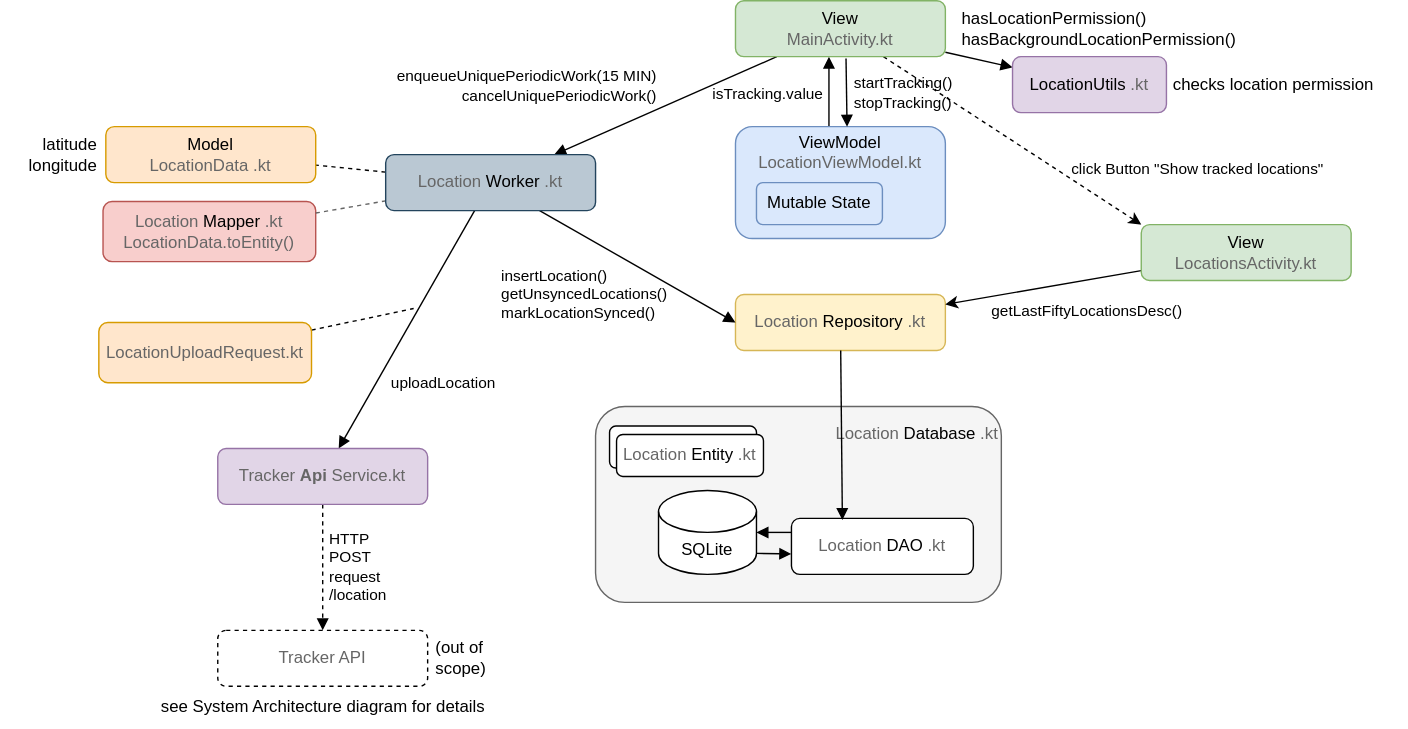
lchristmann/Tracker keeps this draw.io diagram as app-architecture.drawio.svg. Above is the earlier version. Source tidied: cells renumbered, new cells last; positions are measured from the earlier drawing's top-left corner, leaving out a move shared by most shapes.
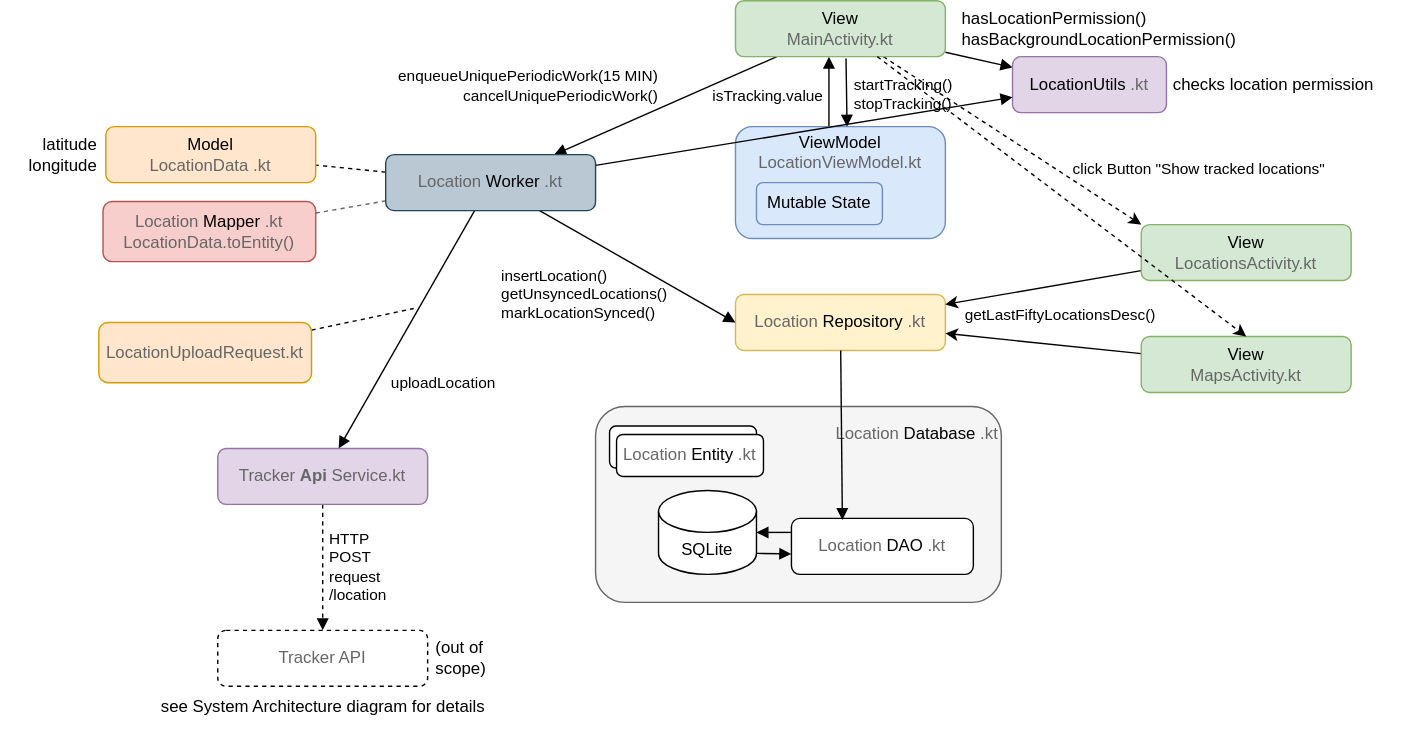
After the commit.

What changed in the source:
```diff
@@ -124,6 +124,9 @@
         <mxPoint x="37" y="15" as="offset" />
       </mxGeometry>
     </mxCell>
+    <mxCell id="48" style="edgeStyle=none;html=1;endArrow=block;endFill=1;" parent="1" edge="1" source="36" target="11">
+      <mxGeometry relative="1" as="geometry" />
+    </mxCell>
     <mxCell id="36" value="&lt;font style=&quot;color: rgb(102, 102, 102);&quot;&gt;Location&lt;/font&gt;&lt;font style=&quot;color: rgb(0, 0, 0);&quot;&gt;Worker&lt;/font&gt;&lt;font style=&quot;color: rgb(102, 102, 102);&quot;&gt;.kt&lt;/font&gt;" style="rounded=1;whiteSpace=wrap;html=1;fillColor=#bac8d3;strokeColor=#23445d;" parent="1" vertex="1">
       <mxGeometry x="275" y="110" width="150" height="40" as="geometry" />
     </mxCell>
@@ -160,11 +163,20 @@
     </mxCell>
     <mxCell id="46" value="getLastFiftyLocationsDesc()" style="edgeLabel;html=1;align=center;verticalAlign=middle;" parent="45" vertex="1">
       <mxGeometry x="-0.03" y="-1" relative="1" as="geometry">
-        <mxPoint x="29" y="18" as="offset" />
+        <mxPoint x="10" y="21" as="offset" />
       </mxGeometry>
     </mxCell>
     <mxCell id="47" value="View&lt;div&gt;&lt;font style=&quot;color: rgb(102, 102, 102);&quot;&gt;LocationsActivity.kt&lt;/font&gt;&lt;/div&gt;" style="rounded=1;whiteSpace=wrap;html=1;fillColor=#d5e8d4;strokeColor=#82b366;" parent="1" vertex="1">
       <mxGeometry x="815" y="160" width="150" height="40" as="geometry" />
     </mxCell>
+    <mxCell id="49" style="edgeStyle=none;html=1;" parent="1" edge="1" source="50" target="13">
+      <mxGeometry relative="1" as="geometry" />
+    </mxCell>
+    <mxCell id="50" value="View&lt;div&gt;&lt;font style=&quot;color: rgb(102, 102, 102);&quot;&gt;MapsActivity.kt&lt;/font&gt;&lt;/div&gt;" style="rounded=1;whiteSpace=wrap;html=1;fillColor=#d5e8d4;strokeColor=#82b366;" parent="1" vertex="1">
+      <mxGeometry x="815" y="240" width="150" height="40" as="geometry" />
+    </mxCell>
+    <mxCell id="51" style="edgeStyle=none;html=1;entryX=0.5;entryY=0;entryDx=0;entryDy=0;dashed=1;" parent="1" edge="1" source="10" target="50">
+      <mxGeometry relative="1" as="geometry" />
+    </mxCell>
   </root>
 </mxGraphModel>
```
